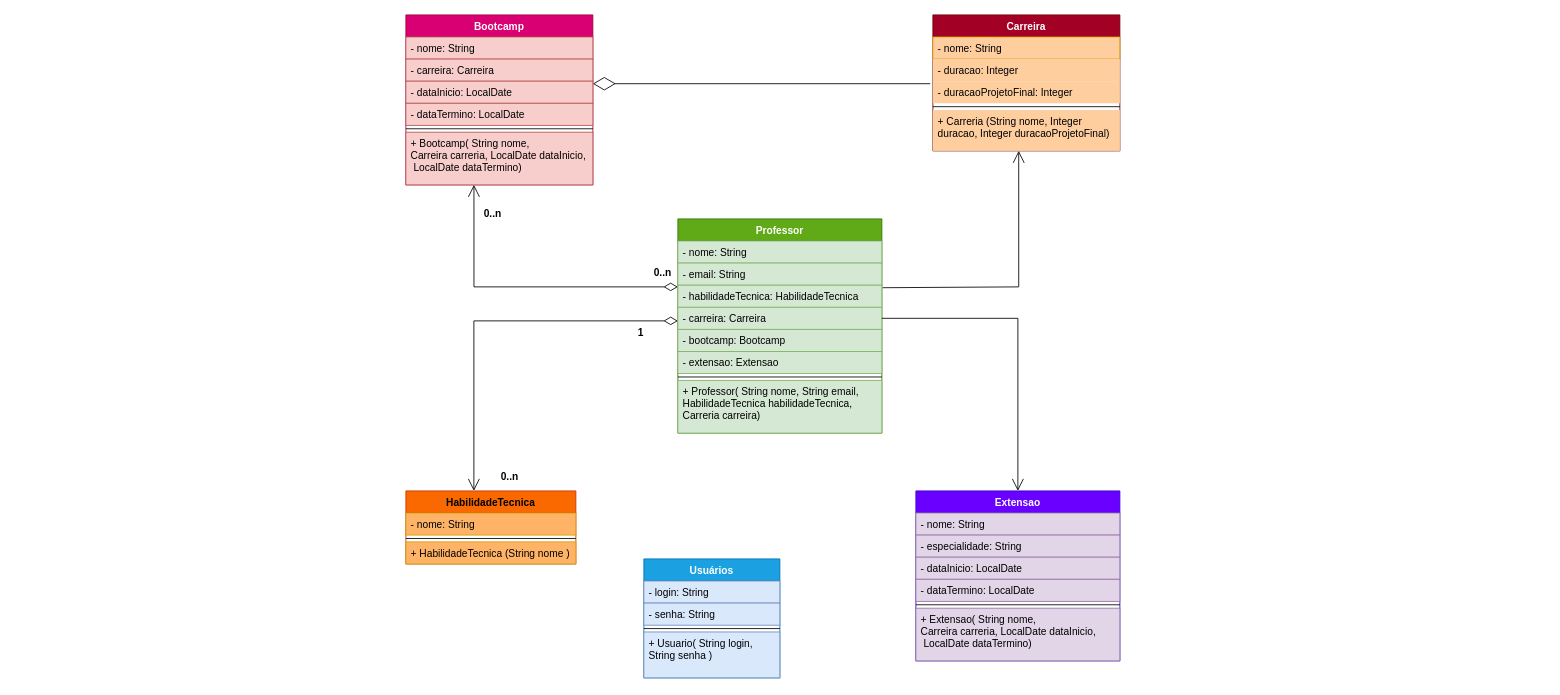
Earlier version of the draw.io diagram documentation/UML.drawio (RudeBoyOne/EdTech). Source tidied: cells renumbered, new cells numbered last; positions are measured from the earlier drawing's top-left corner, leaving out a move shared by most shapes. Both pictures are drawn from the tidied source at 85%, with x=0, y=0 at pixel (405, 14).
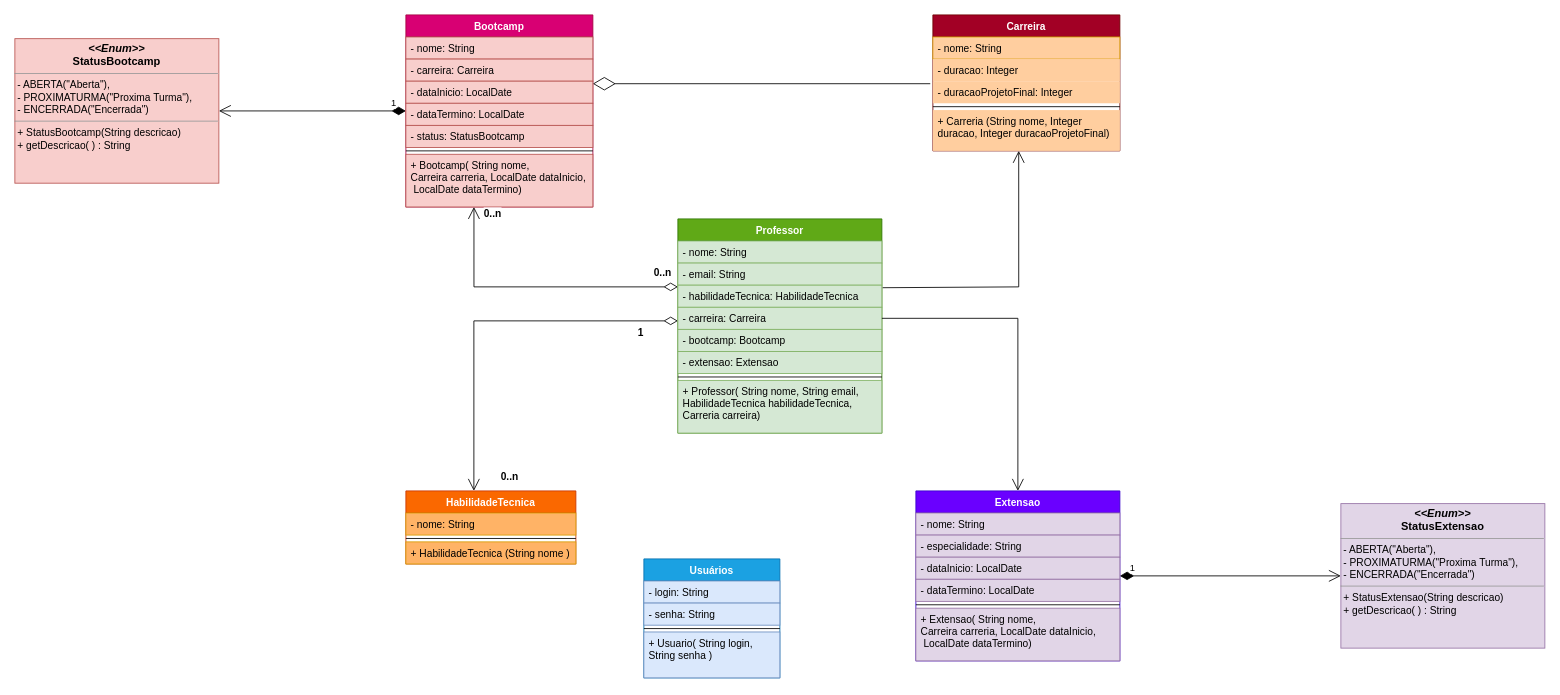
The same diagram, later.

Commit message (it also covers changes not shown here):
mudanças no UML's readequação com os enums

The change refers to these unchanged cells:
```xml
<mxCell id="23" value="Extensao" style="swimlane;fontStyle=1;align=center;verticalAlign=top;horizontal=1;startSize=26;fillColor=#6a00ff;fontColor=#ffffff;strokeColor=#3700CC;" parent="1" vertex="1">
  <mxGeometry x="600" y="560" width="240" height="200" as="geometry" />
</mxCell>
```

Diff of the diagram source:
```diff
@@
     <mxCell id="16" value="Bootcamp" style="swimlane;fontStyle=1;align=center;verticalAlign=top;horizontal=1;startSize=26;fillColor=#d80073;fontColor=#ffffff;strokeColor=#A50040;" parent="1" vertex="1">
-      <mxGeometry width="220" height="200" as="geometry" />
+      <mxGeometry width="220" height="226" as="geometry" />
     </mxCell>
@@
+    <mxCell id="49" value="- status: StatusBootcamp" style="text;strokeColor=#b85450;fillColor=#f8cecc;align=left;verticalAlign=top;spacingLeft=4;spacingRight=4;overflow=hidden;" parent="16" vertex="1">
+      <mxGeometry y="130" width="220" height="26" as="geometry" />
+    </mxCell>
     <mxCell id="21" style="line;strokeWidth=1;fillColor=none;align=left;verticalAlign=middle;spacingTop=-1;spacingLeft=3;spacingRight=3;labelPosition=right;" parent="16" vertex="1">
-      <mxGeometry y="130" width="220" height="8" as="geometry" />
+      <mxGeometry y="156" width="220" height="8" as="geometry" />
     </mxCell>
     <mxCell id="22" value="+ Bootcamp( String nome, &#10;Carreira carreria, LocalDate dataInicio,&#10; LocalDate dataTermino)" style="text;strokeColor=#b85450;fillColor=#f8cecc;align=left;verticalAlign=top;spacingLeft=4;spacingRight=4;overflow=hidden;points=[[0,0.5],[1,0.5]];portConstraint=eastwest;" parent="16" vertex="1">
-      <mxGeometry y="138" width="220" height="62" as="geometry" />
+      <mxGeometry y="164" width="220" height="62" as="geometry" />
     </mxCell>
@@
-    <mxCell id="36" value="HabilidadeTecnica" style="swimlane;fontStyle=1;align=center;verticalAlign=top;horizontal=1;startSize=26;fillColor=#fa6800;fontColor=#000000;strokeColor=#C73500;" parent="1" vertex="1">
+    <mxCell id="36" value="HabilidadeTecnica" style="swimlane;fontStyle=1;align=center;verticalAlign=top;horizontal=1;startSize=26;fillColor=#fa6800;fontColor=#FFFFFF;strokeColor=#C73500;" parent="1" vertex="1">
       <mxGeometry y="560" width="200" height="86" as="geometry" />
     </mxCell>
@@
+    <mxCell id="50" value="&lt;p style=&quot;margin: 4px 0px 0px; text-align: center; font-size: 13px;&quot;&gt;&lt;font style=&quot;font-size: 13px;&quot;&gt;&lt;i style=&quot;&quot;&gt;&amp;lt;&amp;lt;Enum&amp;gt;&amp;gt;&lt;/i&gt;&lt;br&gt;&lt;b style=&quot;&quot;&gt;StatusBootcamp&lt;/b&gt;&lt;/font&gt;&lt;/p&gt;&lt;hr size=&quot;1&quot;&gt;&lt;p style=&quot;margin:0px;margin-left:4px;&quot;&gt;&lt;/p&gt;&lt;div style=&quot;text-align: left;&quot;&gt;&lt;span style=&quot;background-color: initial; font-weight: normal;&quot;&gt;&amp;nbsp;- ABERTA(&quot;Aberta&quot;),&lt;/span&gt;&lt;/div&gt;&lt;div style=&quot;text-align: left;&quot;&gt;&lt;span style=&quot;background-color: initial; font-weight: normal;&quot;&gt;&amp;nbsp;- PROXIMATURMA(&quot;Proxima Turma&quot;),&lt;/span&gt;&lt;/div&gt;&lt;div style=&quot;text-align: left;&quot;&gt;&lt;span style=&quot;background-color: initial; font-weight: normal;&quot;&gt;&amp;nbsp;- ENCERRADA(&quot;Encerrada&quot;)&lt;/span&gt;&lt;/div&gt;&lt;hr size=&quot;1&quot;&gt;&lt;p style=&quot;margin:0px;margin-left:4px;&quot;&gt;&lt;/p&gt;&lt;div style=&quot;text-align: left;&quot;&gt;&lt;span style=&quot;background-color: initial; font-weight: normal;&quot;&gt;&amp;nbsp;+ StatusBootcamp(String descricao)&lt;/span&gt;&lt;/div&gt;&lt;div style=&quot;text-align: left;&quot;&gt;&lt;span style=&quot;background-color: initial; font-weight: normal;&quot;&gt;&amp;nbsp;+ getDescricao( ) : String&lt;/span&gt;&lt;/div&gt;&lt;p&gt;&lt;/p&gt;" style="verticalAlign=top;align=left;overflow=fill;fontSize=12;fontFamily=Helvetica;html=1;fillColor=#f8cecc;strokeColor=#b85450;fontColor=default;fontStyle=1;startSize=26;gradientColor=none;spacingLeft=4;spacingRight=4;" parent="1" vertex="1">
+      <mxGeometry x="-460" y="28" width="240" height="170" as="geometry" />
+    </mxCell>
+    <mxCell id="51" value="1" style="endArrow=open;html=1;endSize=12;startArrow=diamondThin;startSize=14;startFill=1;edgeStyle=orthogonalEdgeStyle;align=left;verticalAlign=bottom;rounded=0;" parent="1" edge="1" source="16" target="50">
+      <mxGeometry x="-0.83" relative="1" as="geometry" />
+    </mxCell>
+    <mxCell id="52" value="&lt;p style=&quot;margin: 4px 0px 0px; text-align: center; font-size: 13px;&quot;&gt;&lt;font style=&quot;font-size: 13px;&quot;&gt;&lt;i style=&quot;&quot;&gt;&amp;lt;&amp;lt;Enum&amp;gt;&amp;gt;&lt;/i&gt;&lt;br&gt;&lt;b style=&quot;&quot;&gt;StatusExtensao&lt;/b&gt;&lt;/font&gt;&lt;/p&gt;&lt;hr size=&quot;1&quot;&gt;&lt;p style=&quot;margin:0px;margin-left:4px;&quot;&gt;&lt;/p&gt;&lt;div style=&quot;text-align: left;&quot;&gt;&lt;span style=&quot;background-color: initial; font-weight: normal;&quot;&gt;&amp;nbsp;- ABERTA(&quot;Aberta&quot;),&lt;/span&gt;&lt;/div&gt;&lt;div style=&quot;text-align: left;&quot;&gt;&lt;span style=&quot;background-color: initial; font-weight: normal;&quot;&gt;&amp;nbsp;- PROXIMATURMA(&quot;Proxima Turma&quot;),&lt;/span&gt;&lt;/div&gt;&lt;div style=&quot;text-align: left;&quot;&gt;&lt;span style=&quot;background-color: initial; font-weight: normal;&quot;&gt;&amp;nbsp;- ENCERRADA(&quot;Encerrada&quot;)&lt;/span&gt;&lt;/div&gt;&lt;hr size=&quot;1&quot;&gt;&lt;p style=&quot;margin:0px;margin-left:4px;&quot;&gt;&lt;/p&gt;&lt;div style=&quot;text-align: left;&quot;&gt;&lt;span style=&quot;background-color: initial; font-weight: normal;&quot;&gt;&amp;nbsp;+ StatusExtensao(String descricao)&lt;/span&gt;&lt;/div&gt;&lt;div style=&quot;text-align: left;&quot;&gt;&lt;span style=&quot;background-color: initial; font-weight: normal;&quot;&gt;&amp;nbsp;+ getDescricao( ) : String&lt;/span&gt;&lt;/div&gt;&lt;p&gt;&lt;/p&gt;" style="verticalAlign=top;align=left;overflow=fill;fontSize=12;fontFamily=Helvetica;html=1;fillColor=#e1d5e7;strokeColor=#9673a6;fontColor=default;fontStyle=1;startSize=26;gradientColor=none;spacingLeft=4;spacingRight=4;" parent="1" vertex="1">
+      <mxGeometry x="1100" y="575" width="240" height="170" as="geometry" />
+    </mxCell>
+    <mxCell id="53" value="1" style="endArrow=open;html=1;endSize=12;startArrow=diamondThin;startSize=14;startFill=1;edgeStyle=orthogonalEdgeStyle;align=left;verticalAlign=bottom;rounded=0;entryX=0;entryY=0.5;entryDx=0;entryDy=0;" parent="1" edge="1" source="23" target="52">
+      <mxGeometry x="-0.92" relative="1" as="geometry" />
+    </mxCell>
```
